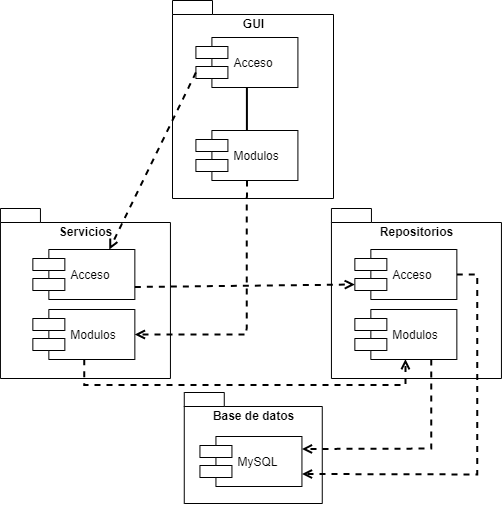
FernandoCalmet/java-login-layered-skeletor keeps this draw.io diagram as diagramas/Diagrama-Componentes.png. Above is the earlier version. Source tidied: cells renumbered, new cells last; positions are measured from the earlier drawing's top-left corner, leaving out a move shared by most shapes.
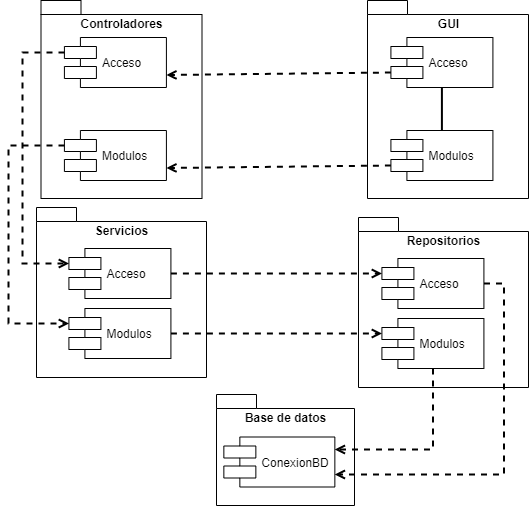
Later version of the same file.

The edit, as a diff of the source:
```diff
@@ -2,64 +2,84 @@
   <root>
     <mxCell id="0" />
     <mxCell id="1" parent="0" />
+    <mxCell id="20" value="Controladores" style="shape=folder;fontStyle=1;spacingTop=10;tabWidth=40;tabHeight=14;tabPosition=left;html=1;align=center;verticalAlign=top;" parent="1" vertex="1">
+      <mxGeometry x="11.5" y="-301" width="161" height="198" as="geometry" />
+    </mxCell>
     <mxCell id="2" value="Base de datos" style="shape=folder;fontStyle=1;spacingTop=10;tabWidth=40;tabHeight=14;tabPosition=left;html=1;align=center;verticalAlign=top;" parent="1" vertex="1">
-      <mxGeometry x="183.8" y="392" width="138" height="111" as="geometry" />
+      <mxGeometry x="187" y="93" width="138" height="111" as="geometry" />
     </mxCell>
     <mxCell id="3" value="Repositorios" style="shape=folder;fontStyle=1;spacingTop=10;tabWidth=40;tabHeight=14;tabPosition=left;html=1;align=center;verticalAlign=top;" parent="1" vertex="1">
-      <mxGeometry x="330.9" y="208" width="170" height="170" as="geometry" />
+      <mxGeometry x="329" y="-84" width="170" height="170" as="geometry" />
     </mxCell>
     <mxCell id="4" value="GUI" style="shape=folder;fontStyle=1;spacingTop=10;tabWidth=40;tabHeight=14;tabPosition=left;html=1;align=center;verticalAlign=top;" parent="1" vertex="1">
-      <mxGeometry x="172" width="161" height="198" as="geometry" />
+      <mxGeometry x="338" y="-301" width="161" height="198" as="geometry" />
     </mxCell>
     <mxCell id="5" value="Servicios" style="shape=folder;fontStyle=1;spacingTop=10;tabWidth=40;tabHeight=14;tabPosition=left;html=1;align=center;verticalAlign=top;" parent="1" vertex="1">
-      <mxGeometry x="-0.1" y="208" width="170" height="170" as="geometry" />
+      <mxGeometry x="7" y="-94" width="170" height="170" as="geometry" />
     </mxCell>
     <mxCell id="6" style="rounded=0;jettySize=auto;html=1;exitX=0.5;exitY=1;exitDx=0;exitDy=0;entryX=0.5;entryY=0;entryDx=0;entryDy=0;startArrow=none;startFill=0;endArrow=none;endFill=0;strokeWidth=2;" parent="1" edge="1" source="7" target="8">
       <mxGeometry relative="1" as="geometry" />
     </mxCell>
     <mxCell id="7" value="Acceso" style="shape=component;align=left;spacingLeft=36;" parent="1" vertex="1">
-      <mxGeometry x="195.4" y="37" width="102" height="50" as="geometry" />
+      <mxGeometry x="361.4" y="-264" width="102" height="50" as="geometry" />
     </mxCell>
     <mxCell id="8" value="Modulos" style="shape=component;align=left;spacingLeft=36;" parent="1" vertex="1">
-      <mxGeometry x="195.4" y="130" width="102" height="50" as="geometry" />
+      <mxGeometry x="361.4" y="-171" width="102" height="50" as="geometry" />
     </mxCell>
-    <mxCell id="9" value="MySQL" style="shape=component;align=left;spacingLeft=36;" parent="1" vertex="1">
-      <mxGeometry x="199.4" y="436" width="102" height="50" as="geometry" />
+    <mxCell id="9" value="ConexionBD" style="shape=component;align=left;spacingLeft=36;" parent="1" vertex="1">
+      <mxGeometry x="194.4" y="135.5" width="111" height="50" as="geometry" />
     </mxCell>
-    <mxCell id="10" style="edgeStyle=none;rounded=0;jettySize=auto;html=1;dashed=1;startArrow=none;startFill=0;endArrow=open;endFill=0;fontSize=10;strokeWidth=2;entryX=0.75;entryY=0;entryDx=0;entryDy=0;exitX=0;exitY=0.7;exitDx=0;exitDy=0;" parent="1" edge="1" source="7" target="11">
+    <mxCell id="10" style="edgeStyle=none;rounded=0;jettySize=auto;html=1;dashed=1;startArrow=none;startFill=0;endArrow=open;endFill=0;fontSize=10;strokeWidth=2;entryX=1;entryY=0.75;entryDx=0;entryDy=0;exitX=0;exitY=0.7;exitDx=0;exitDy=0;" parent="1" edge="1" source="7" target="21">
       <mxGeometry relative="1" as="geometry" />
     </mxCell>
     <mxCell id="11" value="Acceso" style="shape=component;align=left;spacingLeft=36;" parent="1" vertex="1">
-      <mxGeometry x="32.3" y="249" width="102" height="50" as="geometry" />
+      <mxGeometry x="39.4" y="-53" width="102" height="50" as="geometry" />
     </mxCell>
-    <mxCell id="12" style="edgeStyle=orthogonalEdgeStyle;rounded=0;jettySize=auto;html=1;exitX=0.5;exitY=1;exitDx=0;exitDy=0;entryX=0.5;entryY=1;entryDx=0;entryDy=0;dashed=1;startArrow=none;startFill=0;endArrow=open;endFill=0;strokeWidth=2;" parent="1" edge="1" source="13" target="17">
-      <mxGeometry relative="1" as="geometry">
-        <Array as="points">
-          <mxPoint x="85" y="385" />
-          <mxPoint x="407" y="385" />
-        </Array>
-      </mxGeometry>
+    <mxCell id="12" style="rounded=0;jettySize=auto;html=1;exitX=1;exitY=0.5;exitDx=0;exitDy=0;entryX=0;entryY=0.3;entryDx=0;entryDy=0;dashed=1;startArrow=none;startFill=0;endArrow=open;endFill=0;strokeWidth=2;" parent="1" edge="1" source="13" target="17">
+      <mxGeometry relative="1" as="geometry" />
     </mxCell>
     <mxCell id="13" value="Modulos" style="shape=component;align=left;spacingLeft=36;" parent="1" vertex="1">
-      <mxGeometry x="32.3" y="309" width="102" height="50" as="geometry" />
+      <mxGeometry x="39.4" y="7" width="102" height="50" as="geometry" />
     </mxCell>
-    <mxCell id="14" style="edgeStyle=orthogonalEdgeStyle;rounded=0;jettySize=auto;html=1;exitX=1;exitY=0.5;exitDx=0;exitDy=0;entryX=1;entryY=0.75;entryDx=0;entryDy=0;dashed=1;startArrow=none;startFill=0;endArrow=open;endFill=0;strokeWidth=2;" parent="1" edge="1" source="15" target="9">
+    <mxCell id="14" style="rounded=0;jettySize=auto;html=1;exitX=1;exitY=0.5;exitDx=0;exitDy=0;entryX=1;entryY=0.75;entryDx=0;entryDy=0;dashed=1;startArrow=none;startFill=0;endArrow=open;endFill=0;strokeWidth=2;edgeStyle=orthogonalEdgeStyle;" parent="1" edge="1" source="15" target="9">
       <mxGeometry relative="1" as="geometry" />
     </mxCell>
     <mxCell id="15" value="Acceso" style="shape=component;align=left;spacingLeft=36;" parent="1" vertex="1">
-      <mxGeometry x="354.3" y="249" width="102" height="50" as="geometry" />
+      <mxGeometry x="352.4" y="-43" width="102" height="50" as="geometry" />
     </mxCell>
-    <mxCell id="16" style="edgeStyle=orthogonalEdgeStyle;rounded=0;jettySize=auto;html=1;exitX=0.75;exitY=1;exitDx=0;exitDy=0;entryX=1;entryY=0.25;entryDx=0;entryDy=0;dashed=1;startArrow=none;startFill=0;endArrow=open;endFill=0;strokeWidth=2;" parent="1" edge="1" source="17" target="9">
+    <mxCell id="16" style="rounded=0;jettySize=auto;html=1;exitX=0.5;exitY=1;exitDx=0;exitDy=0;dashed=1;startArrow=none;startFill=0;endArrow=open;endFill=0;strokeWidth=2;entryX=1;entryY=0.25;entryDx=0;entryDy=0;edgeStyle=orthogonalEdgeStyle;" parent="1" edge="1" source="17" target="9">
       <mxGeometry relative="1" as="geometry" />
     </mxCell>
     <mxCell id="17" value="Modulos" style="shape=component;align=left;spacingLeft=36;" parent="1" vertex="1">
-      <mxGeometry x="354.3" y="309" width="102" height="50" as="geometry" />
+      <mxGeometry x="352.4" y="17" width="102" height="50" as="geometry" />
     </mxCell>
-    <mxCell id="18" style="edgeStyle=none;rounded=0;jettySize=auto;html=1;dashed=1;startArrow=none;startFill=0;endArrow=open;endFill=0;fontSize=10;strokeWidth=2;entryX=0;entryY=0.7;entryDx=0;entryDy=0;exitX=1;exitY=0.75;exitDx=0;exitDy=0;" parent="1" edge="1" source="11" target="15">
+    <mxCell id="18" style="edgeStyle=none;rounded=0;jettySize=auto;html=1;dashed=1;startArrow=none;startFill=0;endArrow=open;endFill=0;fontSize=10;strokeWidth=2;entryX=0;entryY=0.3;entryDx=0;entryDy=0;exitX=1;exitY=0.5;exitDx=0;exitDy=0;" parent="1" edge="1" source="11" target="15">
       <mxGeometry relative="1" as="geometry" />
     </mxCell>
-    <mxCell id="19" style="edgeStyle=orthogonalEdgeStyle;rounded=0;jettySize=auto;html=1;dashed=1;startArrow=none;startFill=0;endArrow=open;endFill=0;fontSize=10;strokeWidth=2;entryX=1;entryY=0.5;entryDx=0;entryDy=0;exitX=0.5;exitY=1;exitDx=0;exitDy=0;" parent="1" edge="1" source="8" target="13">
+    <mxCell id="19" style="rounded=0;jettySize=auto;html=1;dashed=1;startArrow=none;startFill=0;endArrow=open;endFill=0;fontSize=10;strokeWidth=2;entryX=1;entryY=0.75;entryDx=0;entryDy=0;exitX=0;exitY=0.7;exitDx=0;exitDy=0;" parent="1" edge="1" source="8" target="22">
       <mxGeometry relative="1" as="geometry" />
     </mxCell>
+    <mxCell id="21" value="Acceso" style="shape=component;align=left;spacingLeft=36;" parent="1" vertex="1">
+      <mxGeometry x="34.9" y="-264" width="102" height="50" as="geometry" />
+    </mxCell>
+    <mxCell id="22" value="Modulos" style="shape=component;align=left;spacingLeft=36;" parent="1" vertex="1">
+      <mxGeometry x="34.9" y="-171" width="102" height="50" as="geometry" />
+    </mxCell>
+    <mxCell id="23" style="rounded=0;jettySize=auto;html=1;dashed=1;startArrow=none;startFill=0;endArrow=open;endFill=0;fontSize=10;strokeWidth=2;entryX=0;entryY=0.3;entryDx=0;entryDy=0;exitX=0;exitY=0.3;exitDx=0;exitDy=0;edgeStyle=orthogonalEdgeStyle;" parent="1" edge="1" source="21" target="11">
+      <mxGeometry relative="1" as="geometry">
+        <Array as="points">
+          <mxPoint x="-7" y="-249" />
+          <mxPoint x="-7" y="-38" />
+        </Array>
+      </mxGeometry>
+    </mxCell>
+    <mxCell id="24" style="rounded=0;jettySize=auto;html=1;dashed=1;startArrow=none;startFill=0;endArrow=open;endFill=0;fontSize=10;strokeWidth=2;entryX=0;entryY=0.3;entryDx=0;entryDy=0;exitX=0;exitY=0.3;exitDx=0;exitDy=0;edgeStyle=orthogonalEdgeStyle;" parent="1" edge="1" source="22" target="13">
+      <mxGeometry relative="1" as="geometry">
+        <Array as="points">
+          <mxPoint x="-21" y="-156" />
+          <mxPoint x="-21" y="22" />
+        </Array>
+      </mxGeometry>
+    </mxCell>
   </root>
 </mxGraphModel>
```
